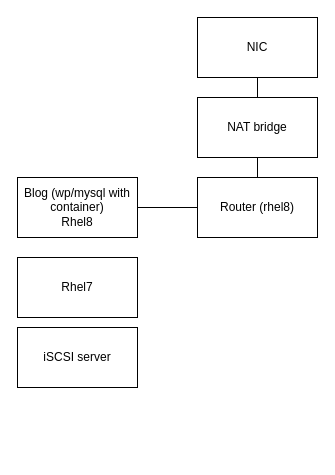
Before: 230227_1.drawio in yokikim/Report-resource-linux, a draw.io diagram. Source tidied: cells renumbered, new cells numbered last; positions are measured from the earlier drawing's top-left corner, leaving out a move shared by most shapes. Both pictures are drawn from the tidied source at 100%, with x=0, y=0 at pixel (17, 17).
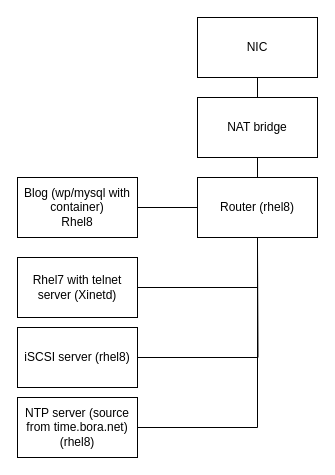
The same diagram, later.

Change to the diagram source:
```diff
@@
 <mxGraphModel>
   <root>
     <mxCell id="0" />
     <mxCell id="1" parent="0" />
     <mxCell id="2" style="edgeStyle=orthogonalEdgeStyle;rounded=0;jettySize=auto;html=1;entryX=0.5;entryY=0;entryDx=0;entryDy=0;endArrow=none;endFill=0;" parent="1" edge="1" source="3" target="5">
       <mxGeometry relative="1" as="geometry" />
     </mxCell>
     <mxCell id="3" value="NIC" style="rounded=0;whiteSpace=wrap;html=1;" parent="1" vertex="1">
       <mxGeometry x="180" width="120" height="60" as="geometry" />
     </mxCell>
     <mxCell id="4" style="edgeStyle=orthogonalEdgeStyle;rounded=0;jettySize=auto;html=1;entryX=0.5;entryY=0;entryDx=0;entryDy=0;endArrow=none;endFill=0;" parent="1" edge="1" source="5" target="7">
       <mxGeometry relative="1" as="geometry" />
     </mxCell>
     <mxCell id="5" value="NAT bridge" style="rounded=0;whiteSpace=wrap;html=1;" parent="1" vertex="1">
       <mxGeometry x="180" y="80" width="120" height="60" as="geometry" />
     </mxCell>
     <mxCell id="6" style="edgeStyle=orthogonalEdgeStyle;rounded=0;jettySize=auto;html=1;endArrow=none;endFill=0;" parent="1" edge="1" source="7" target="8">
       <mxGeometry relative="1" as="geometry" />
     </mxCell>
     <mxCell id="7" value="Router (rhel8)" style="rounded=0;whiteSpace=wrap;html=1;" parent="1" vertex="1">
       <mxGeometry x="180" y="160" width="120" height="60" as="geometry" />
     </mxCell>
     <mxCell id="8" value="Blog (wp/mysql with container)&lt;br&gt;Rhel8" style="rounded=0;whiteSpace=wrap;html=1;" parent="1" vertex="1">
       <mxGeometry y="160" width="120" height="60" as="geometry" />
     </mxCell>
+    <mxCell id="11" style="edgeStyle=orthogonalEdgeStyle;rounded=0;jettySize=auto;html=1;endArrow=none;endFill=0;" parent="1" edge="1" source="9" target="7">
+      <mxGeometry relative="1" as="geometry" />
+    </mxCell>
-    <mxCell id="9" value="Rhel7" style="rounded=0;whiteSpace=wrap;html=1;" parent="1" vertex="1">
+    <mxCell id="9" value="Rhel7 with telnet server (Xinetd)" style="rounded=0;whiteSpace=wrap;html=1;" parent="1" vertex="1">
       <mxGeometry y="240" width="120" height="60" as="geometry" />
     </mxCell>
+    <mxCell id="12" style="edgeStyle=orthogonalEdgeStyle;rounded=0;jettySize=auto;html=1;endArrow=none;endFill=0;" parent="1" edge="1" source="10">
+      <mxGeometry relative="1" as="geometry">
+        <mxPoint x="240" y="230" as="targetPoint" />
+      </mxGeometry>
+    </mxCell>
-    <mxCell id="10" value="iSCSI server" style="rounded=0;whiteSpace=wrap;html=1;" parent="1" vertex="1">
+    <mxCell id="10" value="iSCSI server (rhel8)" style="rounded=0;whiteSpace=wrap;html=1;" parent="1" vertex="1">
       <mxGeometry y="310" width="120" height="60" as="geometry" />
     </mxCell>
+    <mxCell id="13" style="edgeStyle=orthogonalEdgeStyle;rounded=0;jettySize=auto;html=1;entryX=0.5;entryY=1;entryDx=0;entryDy=0;endArrow=none;endFill=0;" parent="1" edge="1" source="14" target="7">
+      <mxGeometry relative="1" as="geometry" />
+    </mxCell>
+    <mxCell id="14" value="NTP server (source from time.bora.net)&lt;br&gt;(rhel8)" style="rounded=0;whiteSpace=wrap;html=1;" parent="1" vertex="1">
+      <mxGeometry y="380" width="120" height="60" as="geometry" />
+    </mxCell>
   </root>
 </mxGraphModel>
```
